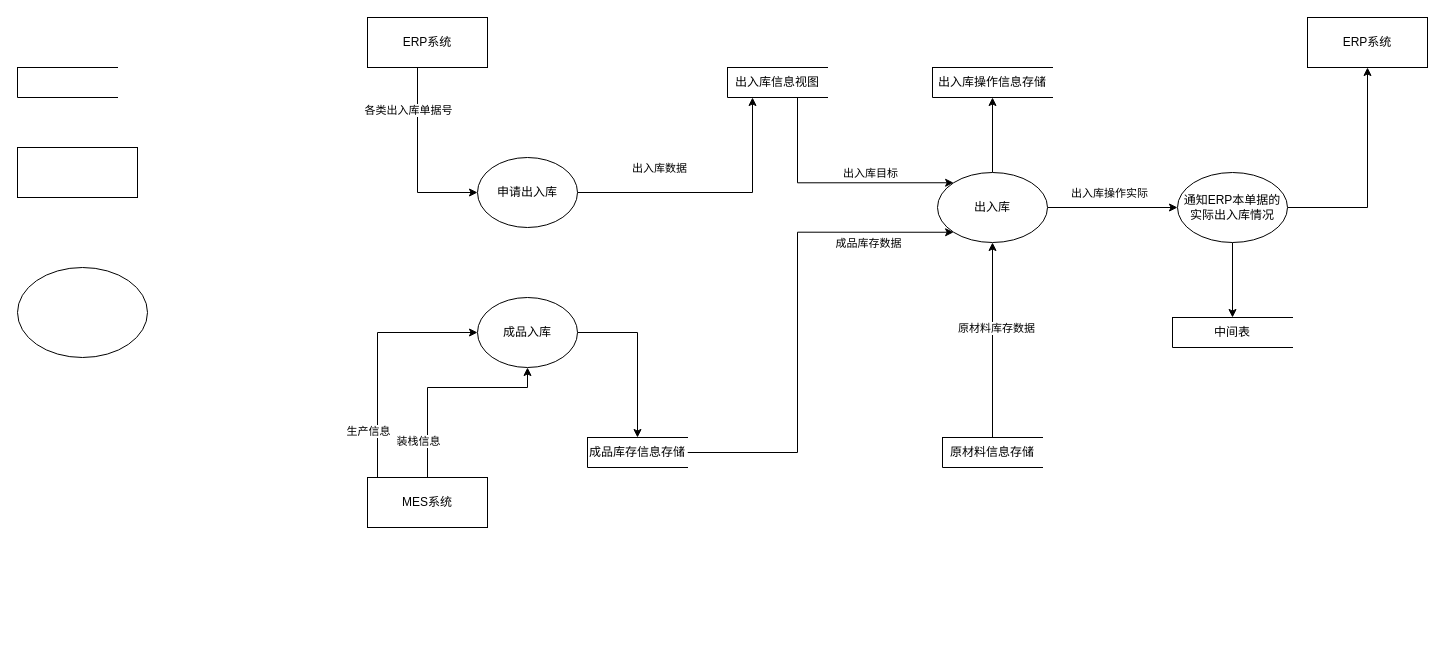
Earlier version of the draw.io diagram wms数据流图.drawio (177-Liukuan/MyPicture). Source tidied: cells renumbered, new cells numbered last; positions are measured from the earlier drawing's top-left corner, leaving out a move shared by most shapes. Both pictures are drawn from the tidied source at 100%, with x=0, y=0 at pixel (17, 17).
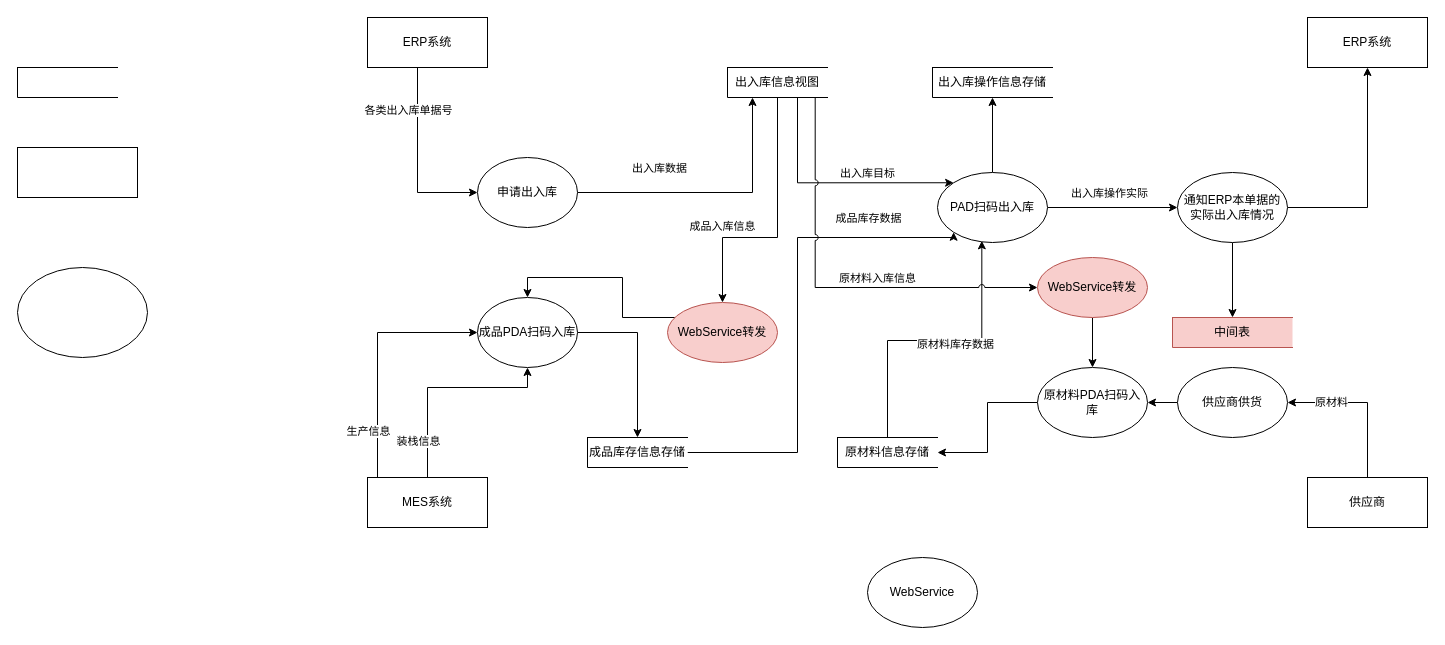
Above is the later version.

Commit message (it also covers changes not shown here):
更新wms数据流图.drawio

The change refers to these unchanged cells:
```xml
<mxCell id="11" style="edgeStyle=orthogonalEdgeStyle;rounded=0;jettySize=auto;html=1;entryX=0;entryY=0;entryDx=0;entryDy=0;" parent="1" edge="1" source="13" target="24">
  <mxGeometry relative="1" as="geometry">
    <Array as="points">
      <mxPoint x="780" y="165" />
    </Array>
  </mxGeometry>
</mxCell>
<mxCell id="13" value="出入库信息视图" style="html=1;dashed=0;whiteSpace=wrap;shape=partialRectangle;right=0;" parent="1" vertex="1">
  <mxGeometry x="710" y="50" width="100" height="30" as="geometry" />
</mxCell>
<mxCell id="30" value="成品库存信息存储" style="html=1;dashed=0;whiteSpace=wrap;shape=partialRectangle;right=0;" parent="1" vertex="1">
  <mxGeometry x="570" y="420" width="100" height="30" as="geometry" />
</mxCell>
```

What changed in the source:
```diff
@@
     <mxCell id="12" value="出入库目标" style="edgeLabel;html=1;align=center;verticalAlign=middle;" parent="11" vertex="1">
       <mxGeometry x="0.11" y="2" relative="1" as="geometry">
-        <mxPoint x="24" y="-8" as="offset" />
+        <mxPoint x="21" y="-8" as="offset" />
       </mxGeometry>
     </mxCell>
+    <mxCell id="37" style="edgeStyle=orthogonalEdgeStyle;rounded=0;jettySize=auto;html=1;entryX=0.5;entryY=0;entryDx=0;entryDy=0;" parent="1" edge="1" source="13" target="52">
+      <mxGeometry relative="1" as="geometry">
+        <Array as="points">
+          <mxPoint x="760" y="220" />
+          <mxPoint x="705" y="220" />
+        </Array>
+      </mxGeometry>
+    </mxCell>
+    <mxCell id="38" value="成品入库信息" style="edgeLabel;html=1;align=center;verticalAlign=middle;" parent="37" vertex="1">
+      <mxGeometry x="0.35" y="4" relative="1" as="geometry">
+        <mxPoint x="-20" y="-16" as="offset" />
+      </mxGeometry>
+    </mxCell>
@@
-    <mxCell id="20" value="成品入库" style="ellipse;whiteSpace=wrap;html=1;" parent="1" vertex="1">
+    <mxCell id="20" value="成品PDA扫码入库" style="ellipse;whiteSpace=wrap;html=1;" parent="1" vertex="1">
       <mxGeometry x="460" y="280" width="100" height="70" as="geometry" />
     </mxCell>
@@
-    <mxCell id="24" value="出入库" style="ellipse;whiteSpace=wrap;html=1;" parent="1" vertex="1">
+    <mxCell id="24" value="PAD扫码出入库" style="ellipse;whiteSpace=wrap;html=1;" parent="1" vertex="1">
       <mxGeometry x="920" y="155" width="110" height="70" as="geometry" />
     </mxCell>
-    <mxCell id="25" style="edgeStyle=orthogonalEdgeStyle;rounded=0;jettySize=auto;html=1;entryX=0.5;entryY=1;entryDx=0;entryDy=0;" parent="1" edge="1" source="27" target="24">
-      <mxGeometry relative="1" as="geometry" />
+    <mxCell id="25" style="edgeStyle=orthogonalEdgeStyle;rounded=0;jettySize=auto;html=1;entryX=0.403;entryY=0.976;entryDx=0;entryDy=0;entryPerimeter=0;" parent="1" edge="1" source="27" target="24">
+      <mxGeometry relative="1" as="geometry">
+        <Array as="points">
+          <mxPoint x="870" y="323" />
+          <mxPoint x="964" y="323" />
+        </Array>
+      </mxGeometry>
     </mxCell>
@@
     <mxCell id="27" value="原材料信息存储" style="html=1;dashed=0;whiteSpace=wrap;shape=partialRectangle;right=0;" parent="1" vertex="1">
-      <mxGeometry x="925" y="420" width="100" height="30" as="geometry" />
+      <mxGeometry x="820" y="420" width="100" height="30" as="geometry" />
     </mxCell>
     <mxCell id="28" style="edgeStyle=orthogonalEdgeStyle;rounded=0;jettySize=auto;html=1;entryX=0;entryY=1;entryDx=0;entryDy=0;" parent="1" edge="1" source="30" target="24">
       <mxGeometry relative="1" as="geometry">
         <Array as="points">
           <mxPoint x="780" y="435" />
-          <mxPoint x="780" y="215" />
+          <mxPoint x="780" y="220" />
+          <mxPoint x="936" y="220" />
         </Array>
       </mxGeometry>
     </mxCell>
     <mxCell id="29" value="成品库存数据" style="edgeLabel;html=1;align=center;verticalAlign=middle;" parent="28" vertex="1">
       <mxGeometry x="-0.72" y="2" relative="1" as="geometry">
-        <mxPoint x="112" y="-208" as="offset" />
+        <mxPoint x="112" y="-233" as="offset" />
       </mxGeometry>
     </mxCell>
@@
-    <mxCell id="35" value="中间表" style="html=1;dashed=0;whiteSpace=wrap;shape=partialRectangle;right=0;" parent="1" vertex="1">
+    <mxCell id="35" value="中间表" style="html=1;dashed=0;whiteSpace=wrap;shape=partialRectangle;right=0;fillColor=#f8cecc;strokeColor=#b85450;" parent="1" vertex="1">
       <mxGeometry x="1155" y="300" width="120" height="30" as="geometry" />
     </mxCell>
@@
+    <mxCell id="39" style="edgeStyle=orthogonalEdgeStyle;rounded=0;jettySize=auto;html=1;entryX=1;entryY=0.5;entryDx=0;entryDy=0;" parent="1" edge="1" source="41" target="43">
+      <mxGeometry relative="1" as="geometry">
+        <Array as="points">
+          <mxPoint x="1350" y="385" />
+        </Array>
+      </mxGeometry>
+    </mxCell>
+    <mxCell id="40" value="原材料" style="edgeLabel;html=1;align=center;verticalAlign=middle;" parent="39" vertex="1">
+      <mxGeometry x="0.45" y="-1" relative="1" as="geometry" />
+    </mxCell>
+    <mxCell id="41" value="供应商" style="rounded=0;whiteSpace=wrap;html=1;" parent="1" vertex="1">
+      <mxGeometry x="1290" y="460" width="120" height="50" as="geometry" />
+    </mxCell>
+    <mxCell id="42" style="edgeStyle=orthogonalEdgeStyle;rounded=0;jettySize=auto;html=1;" parent="1" edge="1" source="43" target="45">
+      <mxGeometry relative="1" as="geometry" />
+    </mxCell>
+    <mxCell id="43" value="供应商供货" style="ellipse;whiteSpace=wrap;html=1;" parent="1" vertex="1">
+      <mxGeometry x="1160" y="350" width="110" height="70" as="geometry" />
+    </mxCell>
+    <mxCell id="44" style="edgeStyle=orthogonalEdgeStyle;rounded=0;jettySize=auto;html=1;entryX=1;entryY=0.5;entryDx=0;entryDy=0;" parent="1" edge="1" source="45" target="27">
+      <mxGeometry relative="1" as="geometry" />
+    </mxCell>
+    <mxCell id="45" value="原材料PDA扫码入库" style="ellipse;whiteSpace=wrap;html=1;" parent="1" vertex="1">
+      <mxGeometry x="1020" y="350" width="110" height="70" as="geometry" />
+    </mxCell>
+    <mxCell id="46" value="WebService" style="ellipse;whiteSpace=wrap;html=1;" parent="1" vertex="1">
+      <mxGeometry x="850" y="540" width="110" height="70" as="geometry" />
+    </mxCell>
+    <mxCell id="47" style="endArrow=classic;html=1;rounded=0;exitX=0.877;exitY=1;exitDx=0;exitDy=0;exitPerimeter=0;edgeStyle=orthogonalEdgeStyle;jumpStyle=arc;entryX=0;entryY=0.5;entryDx=0;entryDy=0;" parent="1" edge="1" source="13" target="50">
+      <mxGeometry relative="1" as="geometry">
+        <Array as="points">
+          <mxPoint x="798" y="270" />
+        </Array>
+      </mxGeometry>
+    </mxCell>
+    <mxCell id="48" value="原材料入库信息" style="edgeLabel;html=1;align=center;verticalAlign=middle;" parent="47" vertex="1">
+      <mxGeometry x="0.17" y="-1" relative="1" as="geometry">
+        <mxPoint x="11" y="-11" as="offset" />
+      </mxGeometry>
+    </mxCell>
+    <mxCell id="49" style="edgeStyle=orthogonalEdgeStyle;rounded=0;jettySize=auto;html=1;" parent="1" edge="1" source="50" target="45">
+      <mxGeometry relative="1" as="geometry" />
+    </mxCell>
+    <mxCell id="50" value="WebService转发" style="ellipse;whiteSpace=wrap;html=1;fillColor=#f8cecc;strokeColor=#b85450;" parent="1" vertex="1">
+      <mxGeometry x="1020" y="240" width="110" height="60" as="geometry" />
+    </mxCell>
+    <mxCell id="51" style="edgeStyle=orthogonalEdgeStyle;rounded=0;jettySize=auto;html=1;entryX=0.5;entryY=0;entryDx=0;entryDy=0;" parent="1" edge="1" source="52" target="20">
+      <mxGeometry relative="1" as="geometry">
+        <Array as="points">
+          <mxPoint x="605" y="300" />
+          <mxPoint x="605" y="260" />
+          <mxPoint x="510" y="260" />
+        </Array>
+      </mxGeometry>
+    </mxCell>
+    <mxCell id="52" value="WebService转发" style="ellipse;whiteSpace=wrap;html=1;fillColor=#f8cecc;strokeColor=#b85450;" parent="1" vertex="1">
+      <mxGeometry x="650" y="285" width="110" height="60" as="geometry" />
+    </mxCell>
```
